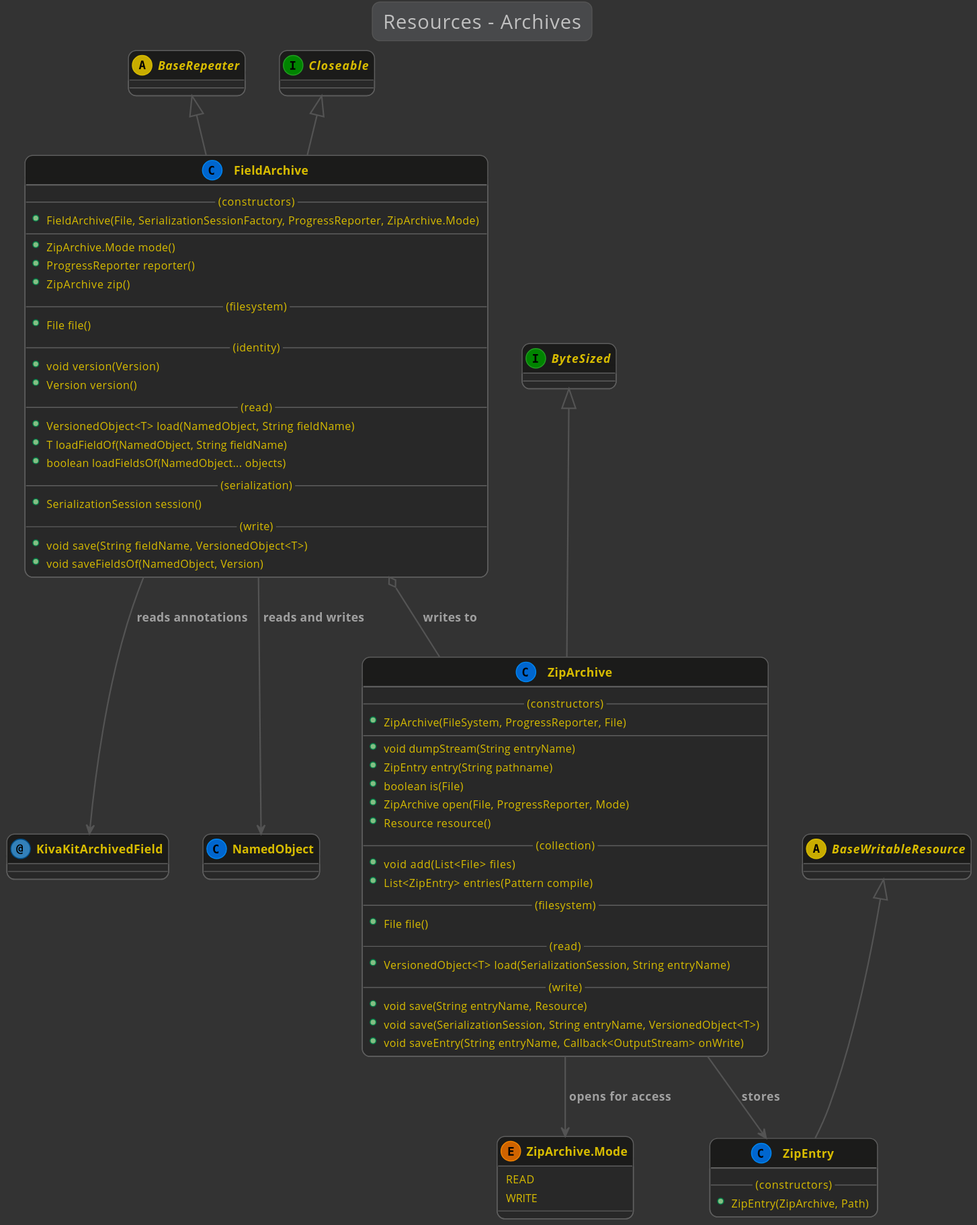
Before: docs/lexakai/kivakit/kivakit-core/resource/documentation/diagrams/diagram-resource-archive.svg, a diagram exported from PlantUML (Telenav/kivakit-assets).
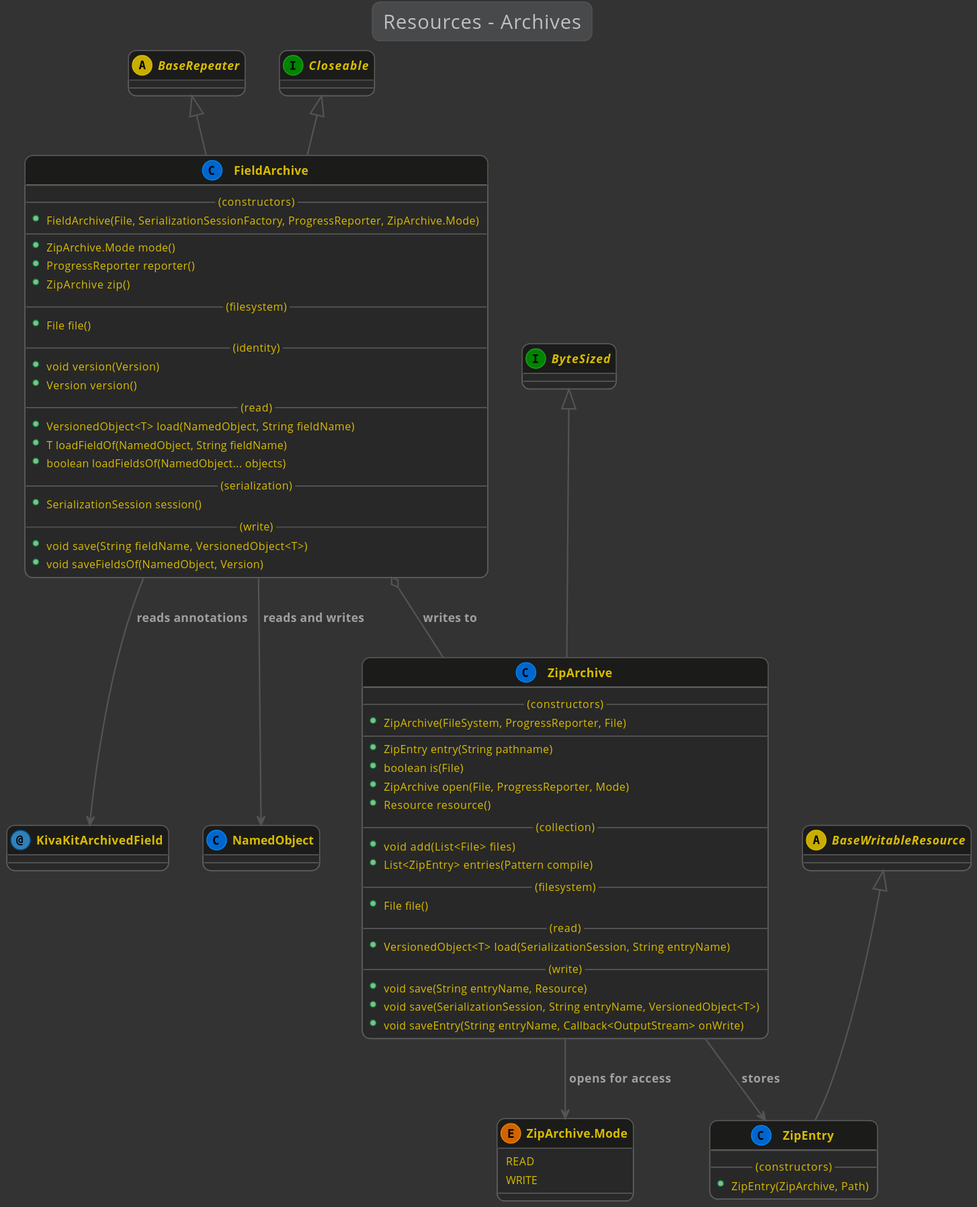
Above is the later version.

Diff of the diagram source:
```diff
@@ -55,7 +55,6 @@
         --(constructors)--
         +ZipArchive(FileSystem, ProgressReporter, File)
         --
-        +void dumpStream(String entryName)
         +ZipEntry entry(String pathname)
         +boolean is(File)
         +ZipArchive open(File, ProgressReporter, Mode)
```
